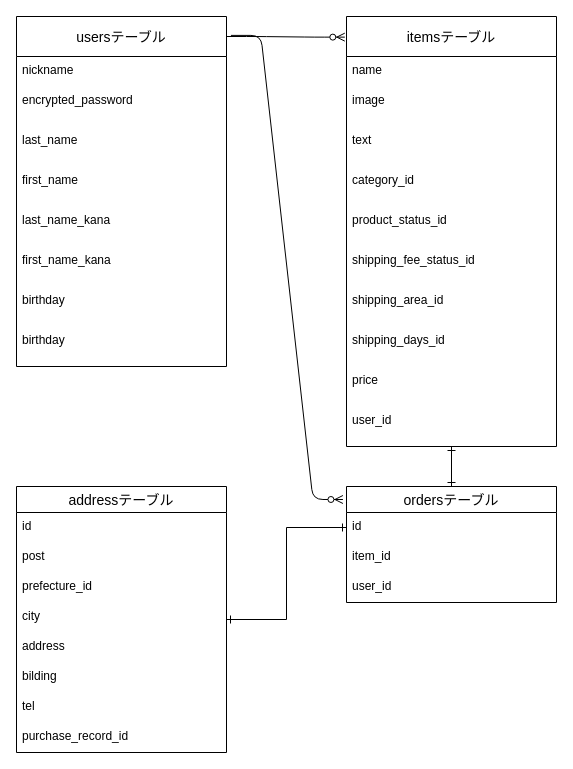
Above: furima.dio in fuji0920/furima--28658- (draw.io), before the change. Source tidied: cells renumbered, new cells numbered last; positions are measured from the earlier drawing's top-left corner, leaving out a move shared by most shapes. Both pictures are drawn from the tidied source at 100%, with x=0, y=0 at pixel (16, 16).
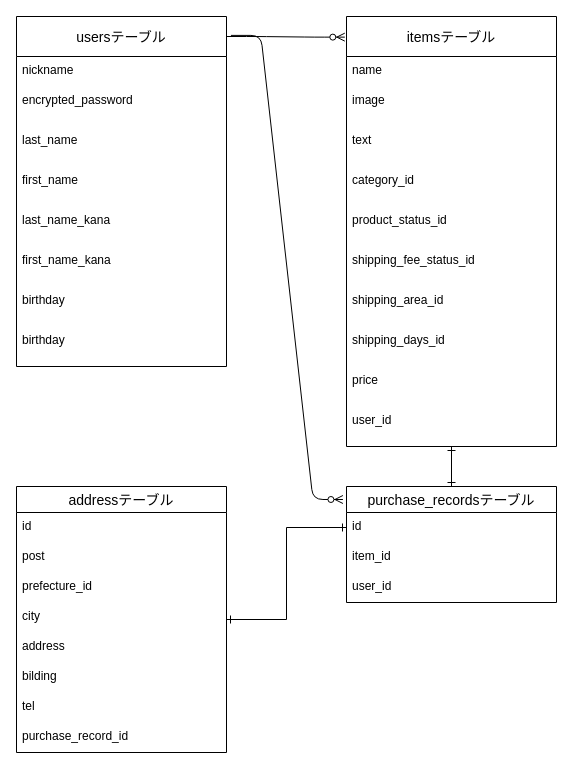
Above is the later version.

What changed in the source:
```diff
@@
-    <mxCell id="35" value="ordersテーブル" style="swimlane;fontStyle=0;horizontal=1;startSize=26;align=center;fontSize=14;" parent="1" vertex="1">
+    <mxCell id="35" value="purchase_recordsテーブル" style="swimlane;fontStyle=0;horizontal=1;startSize=26;align=center;fontSize=14;" parent="1" vertex="1">
       <mxGeometry x="330" y="470" width="210" height="116" as="geometry" />
     </mxCell>
```
